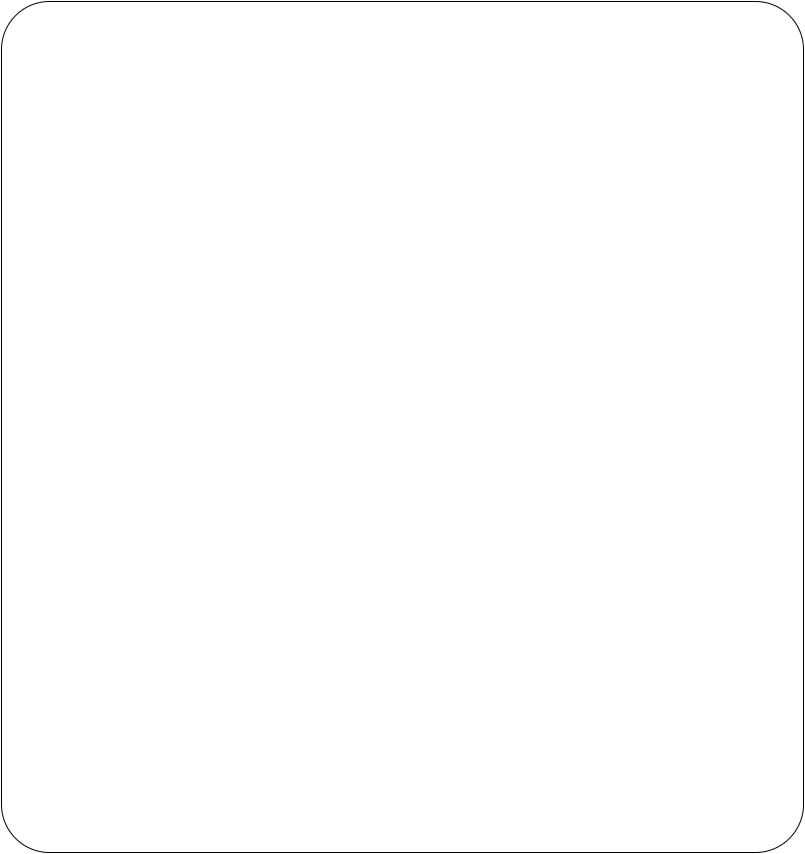
keldonia/nighttyme keeps this draw.io diagram as docs/wireframes/root_business.png. Above is the earlier version. Source tidied: cells renumbered, new cells last; positions are measured from the earlier drawing's top-left corner, leaving out a move shared by most shapes. Source of this version:
```xml
<mxGraphModel background="#ffffff">
  <root>
    <mxCell id="0" />
    <mxCell id="1" parent="0" />
    <mxCell id="2" style="rounded=1;whiteSpace=wrap;html=1;gradientColor=none;arcSize=6;" parent="1" vertex="1">
      <mxGeometry width="810" height="860" as="geometry" />
    </mxCell>
  </root>
</mxGraphModel>
```
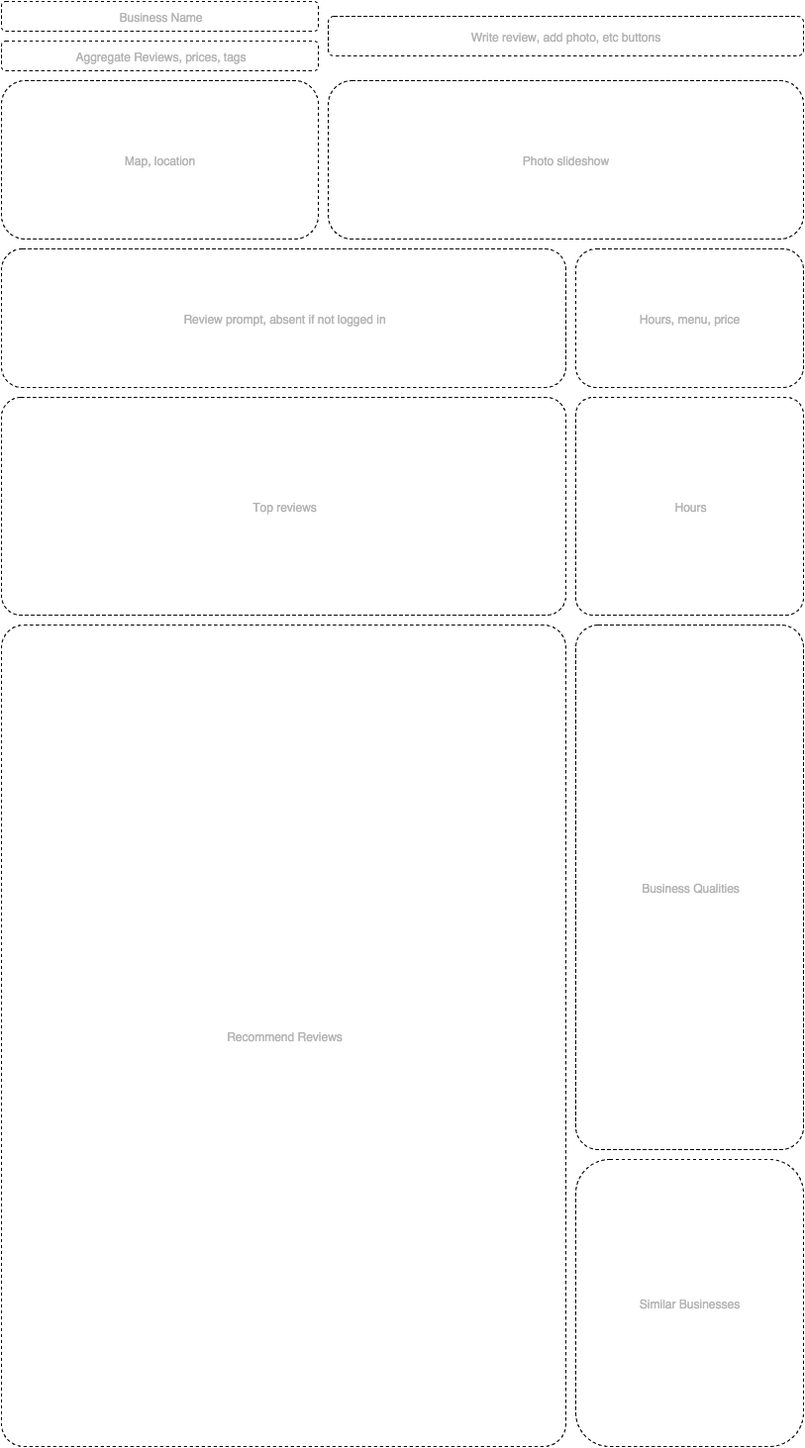
After the commit.

Commit message:
additional root wireframes

Diff of the diagram source:
```diff
@@ -2,8 +2,41 @@
   <root>
     <mxCell id="0" />
     <mxCell id="1" parent="0" />
-    <mxCell id="2" style="rounded=1;whiteSpace=wrap;html=1;gradientColor=none;arcSize=6;" parent="1" vertex="1">
-      <mxGeometry width="810" height="860" as="geometry" />
+    <mxCell id="2" value="&lt;font color=&quot;#b3b3b3&quot;&gt;Business Name&lt;/font&gt;" style="rounded=1;whiteSpace=wrap;html=1;dashed=1;gradientColor=none;fontColor=#000000;align=center;" parent="1" vertex="1">
+      <mxGeometry width="320" height="30" as="geometry" />
     </mxCell>
+    <mxCell id="3" value="&lt;font color=&quot;#b3b3b3&quot;&gt;Write review, add photo, etc buttons&lt;/font&gt;" style="rounded=1;whiteSpace=wrap;html=1;dashed=1;gradientColor=none;fontColor=#000000;align=center;" parent="1" vertex="1">
+      <mxGeometry x="330" y="15" width="480" height="40" as="geometry" />
+    </mxCell>
+    <mxCell id="4" value="&lt;font color=&quot;#b3b3b3&quot;&gt;Aggregate Reviews, prices, tags&lt;/font&gt;" style="rounded=1;whiteSpace=wrap;html=1;dashed=1;gradientColor=none;fontColor=#000000;align=center;" parent="1" vertex="1">
+      <mxGeometry y="40" width="320" height="30" as="geometry" />
+    </mxCell>
+    <mxCell id="5" value="&lt;font color=&quot;#b3b3b3&quot;&gt;Map, location&lt;/font&gt;" style="rounded=1;whiteSpace=wrap;html=1;dashed=1;gradientColor=none;fontColor=#000000;align=center;" parent="1" vertex="1">
+      <mxGeometry y="80" width="320" height="160" as="geometry" />
+    </mxCell>
+    <mxCell id="6" value="&lt;font color=&quot;#b3b3b3&quot;&gt;Photo slideshow&lt;/font&gt;" style="rounded=1;whiteSpace=wrap;html=1;dashed=1;gradientColor=none;fontColor=#000000;align=center;" parent="1" vertex="1">
+      <mxGeometry x="330" y="80" width="480" height="160" as="geometry" />
+    </mxCell>
+    <mxCell id="7" value="&lt;font color=&quot;#b3b3b3&quot;&gt;Hours, menu, price&lt;/font&gt;" style="rounded=1;whiteSpace=wrap;html=1;dashed=1;gradientColor=none;fontColor=#000000;align=center;" parent="1" vertex="1">
+      <mxGeometry x="580" y="250" width="230" height="140" as="geometry" />
+    </mxCell>
+    <mxCell id="8" value="&lt;font color=&quot;#b3b3b3&quot;&gt;Hours&lt;/font&gt;" style="rounded=1;whiteSpace=wrap;html=1;dashed=1;gradientColor=none;fontColor=#000000;align=center;arcSize=8;" parent="1" vertex="1">
+      <mxGeometry x="580" y="400" width="230" height="220" as="geometry" />
+    </mxCell>
+    <mxCell id="9" value="&lt;font color=&quot;#b3b3b3&quot;&gt;Business Qualities&lt;/font&gt;" style="rounded=1;whiteSpace=wrap;html=1;dashed=1;gradientColor=none;fontColor=#000000;align=center;arcSize=10;" parent="1" vertex="1">
+      <mxGeometry x="580" y="630" width="230" height="530" as="geometry" />
+    </mxCell>
+    <mxCell id="10" value="&lt;font color=&quot;#b3b3b3&quot;&gt;Review prompt, absent if not logged in&lt;/font&gt;" style="rounded=1;whiteSpace=wrap;html=1;dashed=1;gradientColor=none;fontColor=#000000;align=center;" parent="1" vertex="1">
+      <mxGeometry y="250" width="570" height="140" as="geometry" />
+    </mxCell>
+    <mxCell id="11" value="&lt;font color=&quot;#b3b3b3&quot;&gt;Top reviews&lt;/font&gt;" style="rounded=1;whiteSpace=wrap;html=1;dashed=1;gradientColor=none;fontColor=#000000;align=center;arcSize=9;" parent="1" vertex="1">
+      <mxGeometry y="400" width="570" height="220" as="geometry" />
+    </mxCell>
+    <mxCell id="12" value="&lt;font color=&quot;#b3b3b3&quot;&gt;Similar Businesses&lt;/font&gt;" style="rounded=1;whiteSpace=wrap;html=1;dashed=1;gradientColor=none;fontColor=#000000;align=center;" parent="1" vertex="1">
+      <mxGeometry x="580" y="1170" width="230" height="290" as="geometry" />
+    </mxCell>
+    <mxCell id="13" value="&lt;font color=&quot;#b3b3b3&quot;&gt;Recommend Reviews&lt;/font&gt;" style="rounded=1;whiteSpace=wrap;html=1;dashed=1;gradientColor=none;fontColor=#000000;align=center;arcSize=4;" parent="1" vertex="1">
+      <mxGeometry y="630" width="570" height="830" as="geometry" />
+    </mxCell>
   </root>
 </mxGraphModel>
```
